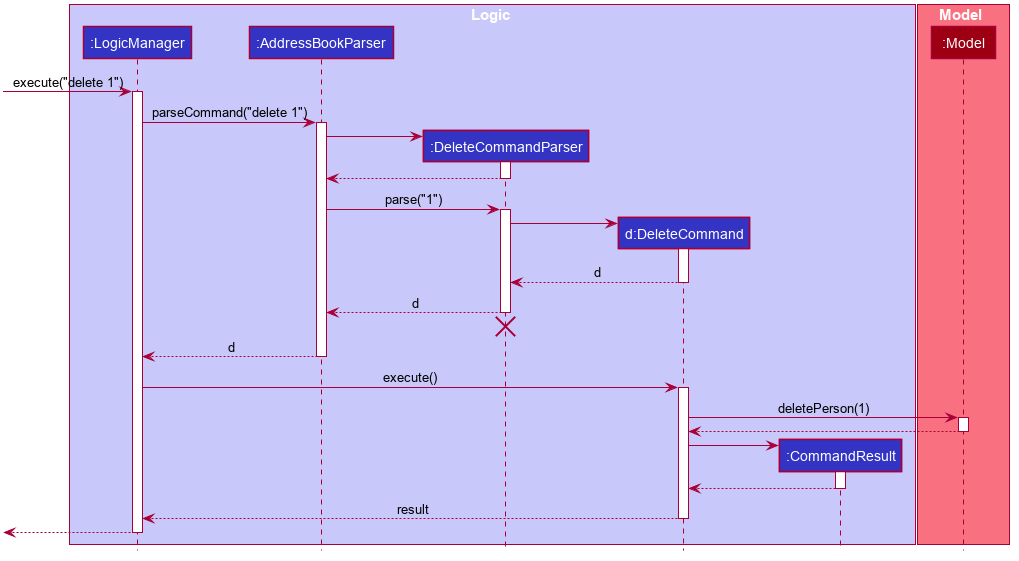
Before: docs/images/DeleteSequenceDiagram.png, a diagram exported from PlantUML (nus-cs2103-AY1920S2/addressbook-level3).
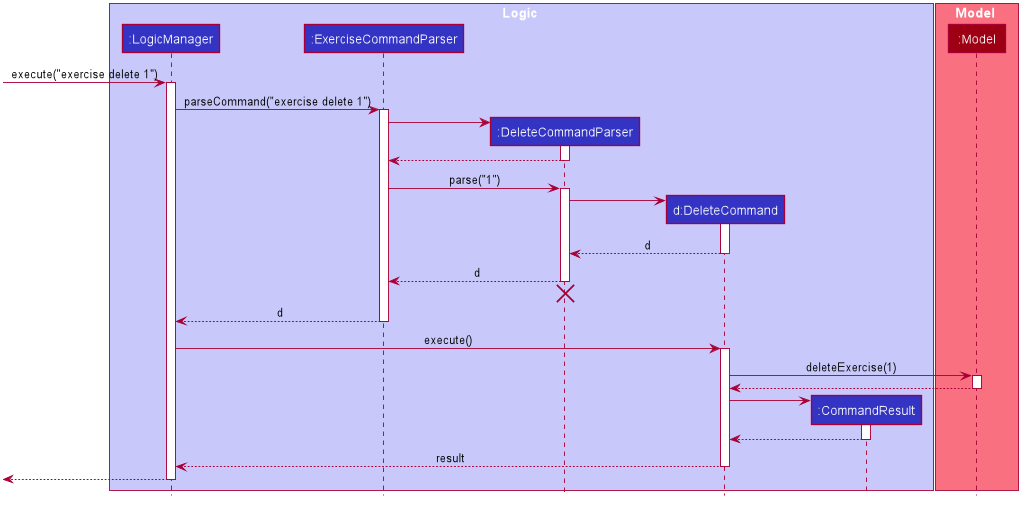
Above is the later version.

Commit message:
Update new UML diagram png (#80)

The edit, as a diff of the source:
```diff
@@ -50,7 +50,7 @@
 
 box Logic #C8C8FA
 participant ":LogicManager" as LogicManager #3333C4
-participant ":AddressBookParser" as AddressBookParser #3333C4
+participant ":ExerciseCommandParser" as ExerciseCommandParser #3333C4
 participant ":DeleteCommandParser" as DeleteCommandParser #3333C4
 participant "d:DeleteCommand" as DeleteCommand #3333C4
 participant ":CommandResult" as CommandResult #3333C4
@@ -60,20 +60,20 @@
 participant ":Model" as Model #9D0012
 end box
 
-[-> LogicManager : execute("delete 1")
+[-> LogicManager : execute("exercise delete 1")
 activate LogicManager
 
-LogicManager -> AddressBookParser : parseCommand("delete 1")
-activate AddressBookParser
+LogicManager -> ExerciseCommandParser : parseCommand("exercise delete 1")
+activate ExerciseCommandParser
 
 create DeleteCommandParser
-AddressBookParser -> DeleteCommandParser
+ExerciseCommandParser -> DeleteCommandParser
 activate DeleteCommandParser
 
-DeleteCommandParser --> AddressBookParser
+DeleteCommandParser --> ExerciseCommandParser
 deactivate DeleteCommandParser
 
-AddressBookParser -> DeleteCommandParser : parse("1")
+ExerciseCommandParser -> DeleteCommandParser : parse("1")
 activate DeleteCommandParser
 
 create DeleteCommand
@@ -83,18 +83,18 @@
 DeleteCommand --> DeleteCommandParser : d
 deactivate DeleteCommand
 
-DeleteCommandParser --> AddressBookParser : d
+DeleteCommandParser --> ExerciseCommandParser : d
 deactivate DeleteCommandParser
-DeleteCommandParser -[hidden]-> AddressBookParser
+DeleteCommandParser -[hidden]-> ExerciseCommandParser
 destroy DeleteCommandParser
 
-AddressBookParser --> LogicManager : d
-deactivate AddressBookParser
+ExerciseCommandParser --> LogicManager : d
+deactivate ExerciseCommandParser
 
 LogicManager -> DeleteCommand : execute()
 activate DeleteCommand
 
-DeleteCommand -> Model : deletePerson(1)
+DeleteCommand -> Model : deleteExercise(1)
 activate Model
 
 Model --> DeleteCommand
```
